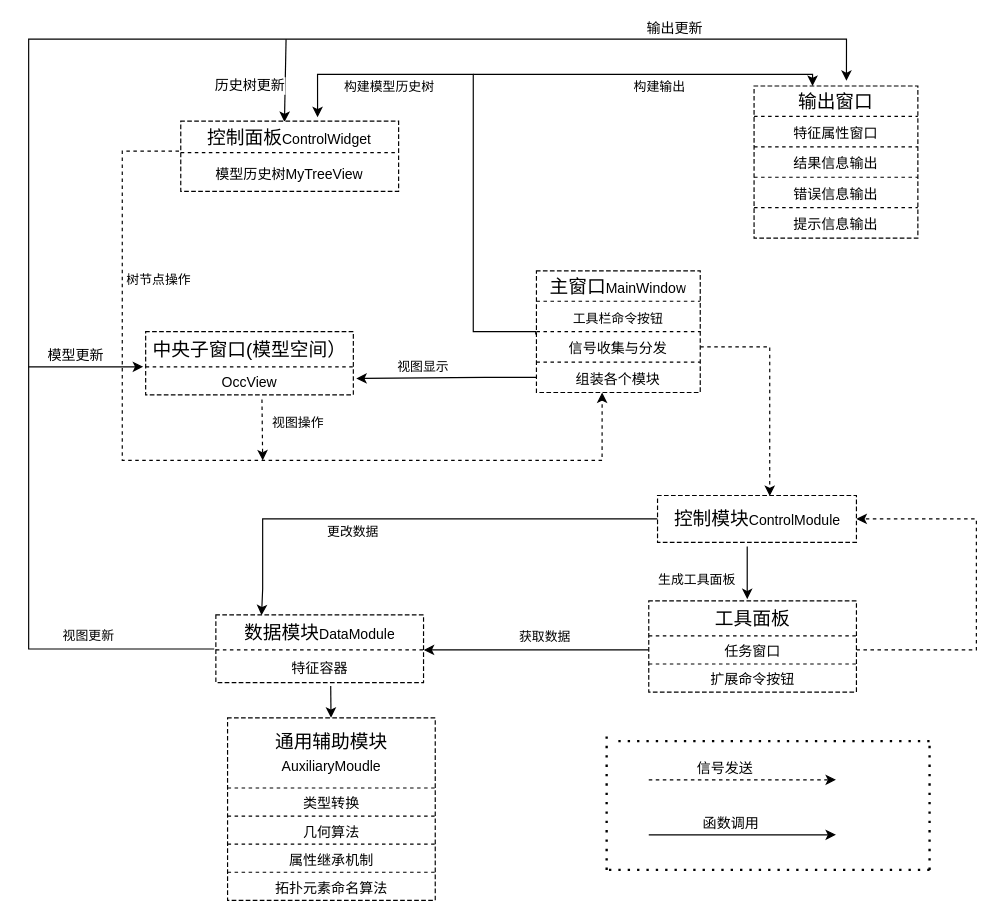
liuhuliuhu123/First-test keeps this draw.io diagram as mvc详解架构.drawio. Above is the earlier version. Source tidied: cells renumbered, new cells numbered last; positions are measured from the earlier drawing's top-left corner, leaving out a move shared by most shapes. Both pictures are drawn from the tidied source at 117%, with x=0, y=0 at pixel (28, 39).
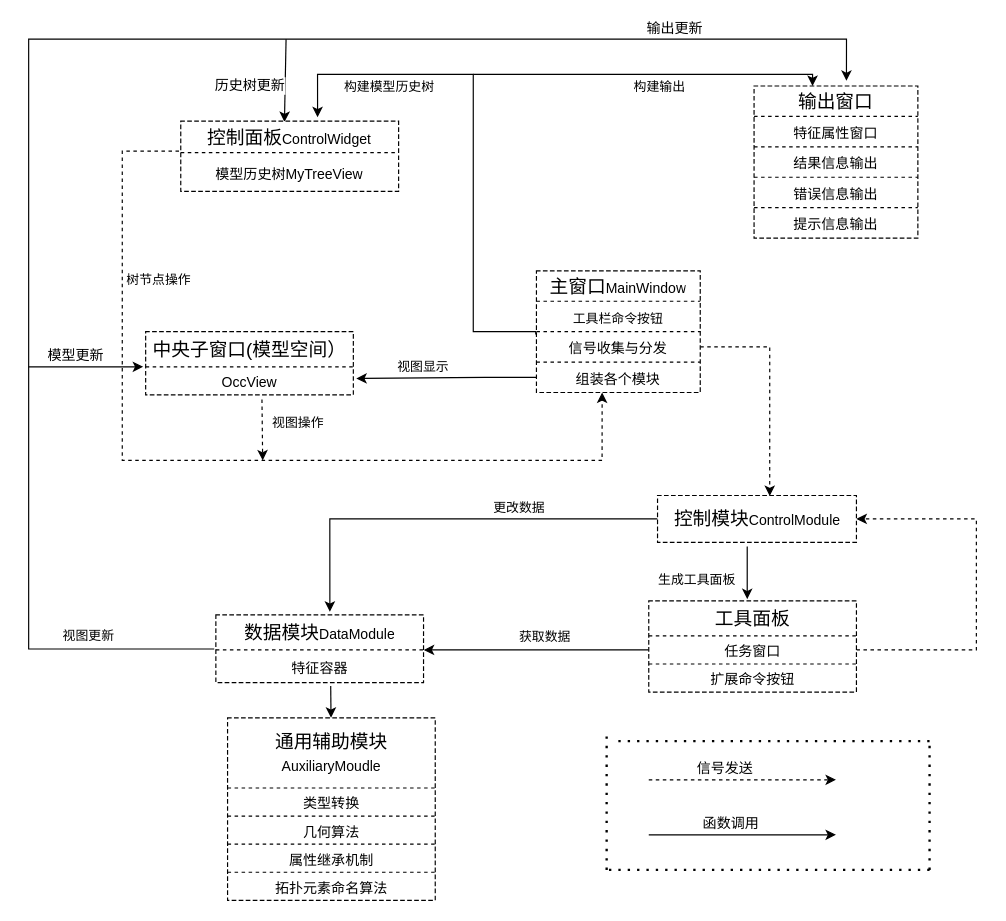
The same diagram, later.

Commit message:
更新mvc详解架构.drawio

The change refers to these unchanged cells:
```xml
<mxCell id="76" style="shape=tableRow;horizontal=0;startSize=0;swimlaneHead=0;swimlaneBody=0;strokeColor=inherit;top=0;left=0;bottom=0;right=0;fillColor=none;points=[[0,0.5],[1,0.5]];portConstraint=eastwest;fontSize=16;" parent="75" vertex="1">
  <mxGeometry width="177.5" height="30" as="geometry" />
</mxCell>
<mxCell id="81" style="shape=tableRow;horizontal=0;startSize=0;swimlaneHead=0;swimlaneBody=0;strokeColor=inherit;top=0;left=0;bottom=0;right=0;fillColor=none;points=[[0,0.5],[1,0.5]];portConstraint=eastwest;fontSize=16;" parent="80" vertex="1">
  <mxGeometry width="170" height="40" as="geometry" />
</mxCell>
```

What changed in the source:
```diff
@@
-    <mxCell id="13" style="endArrow=classic;html=1;rounded=0;exitX=0;exitY=0.5;exitDx=0;exitDy=0;entryX=0.22;entryY=0.013;entryDx=0;entryDy=0;entryPerimeter=0;" parent="1" edge="1" source="81" target="76">
+    <mxCell id="13" style="endArrow=classic;html=1;rounded=0;exitX=0;exitY=0.5;exitDx=0;exitDy=0;edgeStyle=orthogonalEdgeStyle;entryX=0.549;entryY=-0.087;entryDx=0;entryDy=0;entryPerimeter=0;" parent="1" edge="1" source="81" target="76">
       <mxGeometry relative="1" as="geometry">
         <Array as="points">
-          <mxPoint x="200" y="410" />
-          <mxPoint x="200" y="450" />
-          <mxPoint x="200" y="470" />
+          <mxPoint x="257" y="410" />
         </Array>
       </mxGeometry>
     </mxCell>
     <mxCell id="14" value="更改数据" style="edgeLabel;html=1;align=center;verticalAlign=middle;" parent="13" vertex="1">
       <mxGeometry x="0.3" relative="1" as="geometry">
-        <mxPoint x="12" y="10" as="offset" />
+        <mxPoint x="115" y="-10" as="offset" />
       </mxGeometry>
     </mxCell>
```
